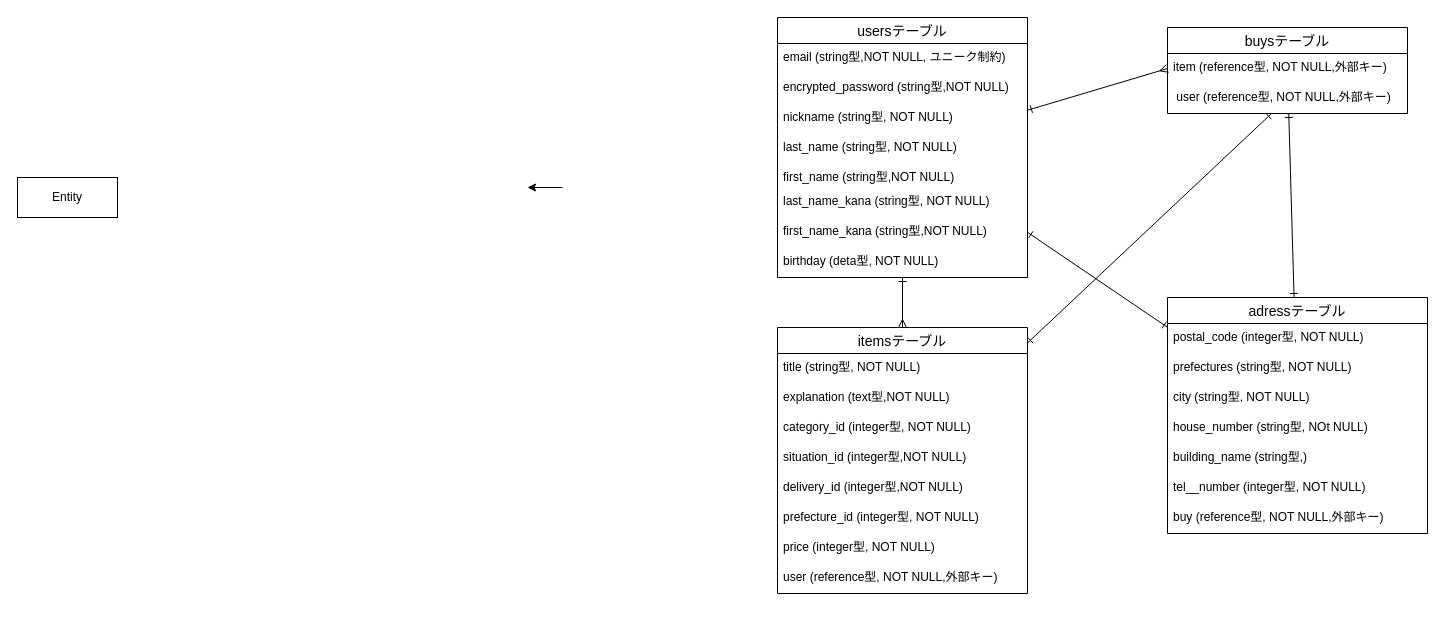
Above: furima.dio in kyouhei53/furima-38974 (draw.io), before the change. Source tidied: cells renumbered, new cells numbered last; positions are measured from the earlier drawing's top-left corner, leaving out a move shared by most shapes. Both pictures are drawn from the tidied source at 100%, with x=0, y=0 at pixel (17, 17).
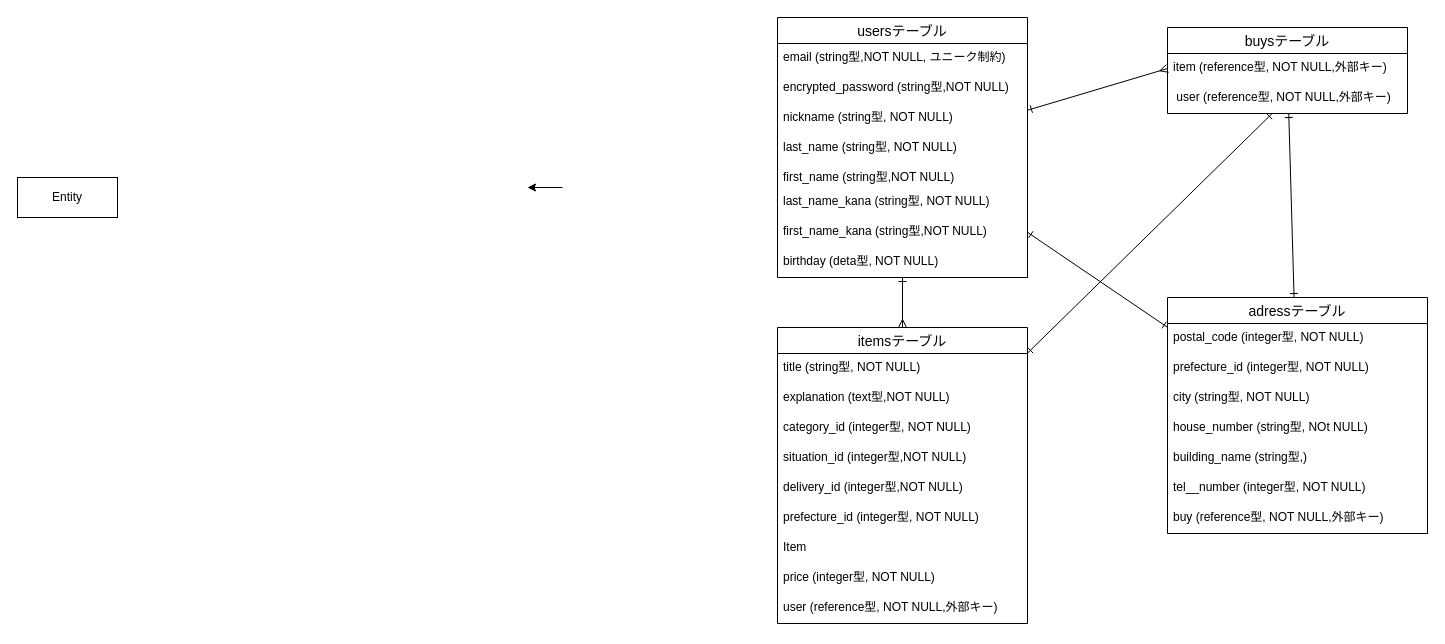
The same page after the edit.

Commit message (it also covers changes not shown here):
データベース

Unchanged cells that the change refers to:
```xml
<mxCell id="31" value="adressテーブル" style="swimlane;fontStyle=0;horizontal=1;startSize=26;align=center;fontSize=14;" parent="1" vertex="1">
  <mxGeometry x="1150" y="280" width="260" height="236" as="geometry" />
</mxCell>
```

Change to the diagram source:
```diff
@@
     <mxCell id="18" value="itemsテーブル" style="swimlane;fontStyle=0;horizontal=1;startSize=26;align=center;fontSize=14;" parent="1" vertex="1">
-      <mxGeometry x="760" y="310" width="250" height="266" as="geometry" />
+      <mxGeometry x="760" y="310" width="250" height="296" as="geometry" />
     </mxCell>
@@
+    <mxCell id="39" value="Item" style="text;strokeColor=none;fillColor=none;spacingLeft=4;spacingRight=4;overflow=hidden;fontSize=12;" parent="18" vertex="1">
+      <mxGeometry y="206" width="250" height="30" as="geometry" />
+    </mxCell>
     <mxCell id="25" value="price (integer型, NOT NULL)" style="text;strokeColor=none;fillColor=none;spacingLeft=4;spacingRight=4;overflow=hidden;fontSize=12;" parent="18" vertex="1">
-      <mxGeometry y="206" width="250" height="30" as="geometry" />
+      <mxGeometry y="236" width="250" height="30" as="geometry" />
     </mxCell>
     <mxCell id="26" value="user (reference型, NOT NULL,外部キー)" style="text;strokeColor=none;fillColor=none;spacingLeft=4;spacingRight=4;overflow=hidden;fontSize=12;" parent="18" vertex="1">
-      <mxGeometry y="236" width="250" height="30" as="geometry" />
+      <mxGeometry y="266" width="250" height="30" as="geometry" />
     </mxCell>
@@
-    <mxCell id="33" value="prefectures (string型, NOT NULL)" style="text;strokeColor=none;fillColor=none;spacingLeft=4;spacingRight=4;overflow=hidden;fontSize=12;" parent="31" vertex="1">
+    <mxCell id="33" value="prefecture_id (integer型, NOT NULL)" style="text;strokeColor=none;fillColor=none;spacingLeft=4;spacingRight=4;overflow=hidden;fontSize=12;" parent="31" vertex="1">
       <mxGeometry y="56" width="260" height="30" as="geometry" />
     </mxCell>
```
